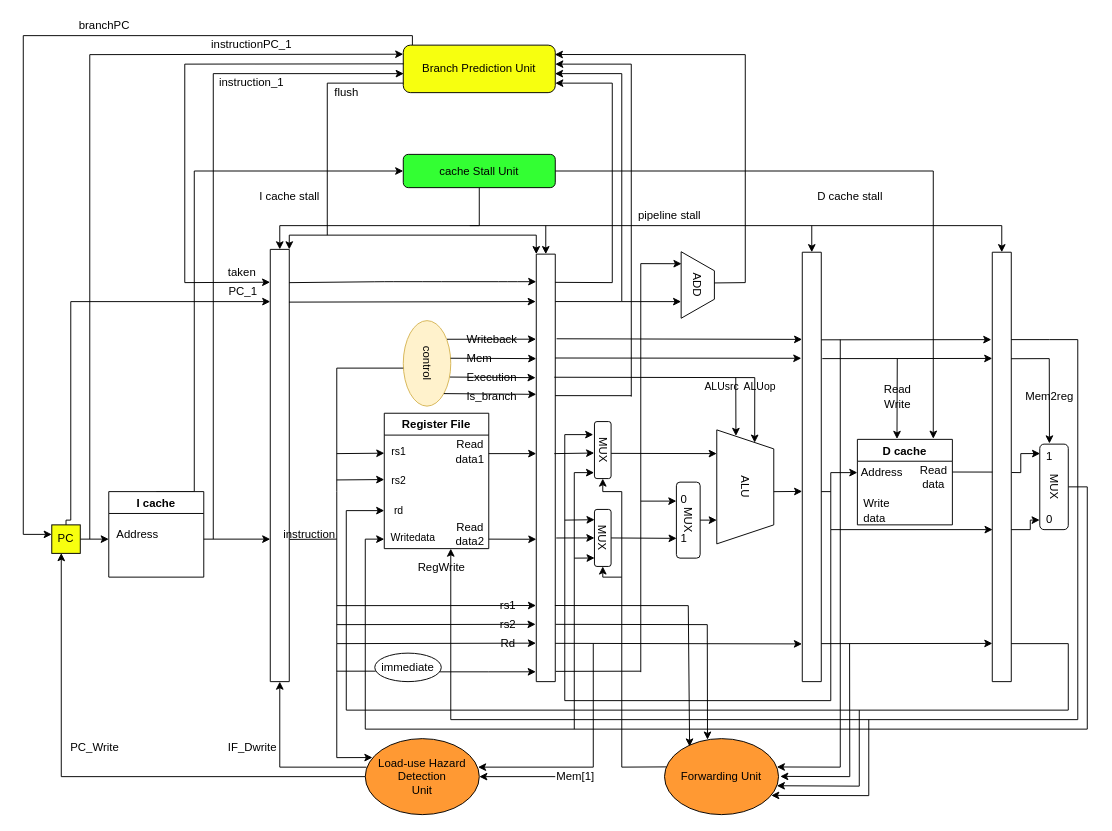
Earlier version of the draw.io diagram page "Page-1" (1 of 2) of Untitled Diagram.drawio (JeterHwang/DSD). Source tidied: cells renumbered, new cells numbered last; positions are measured from the earlier drawing's top-left corner, leaving out a move shared by most shapes. Both pictures are drawn from the tidied source at 95%, with x=0, y=0 at pixel (23, 16).
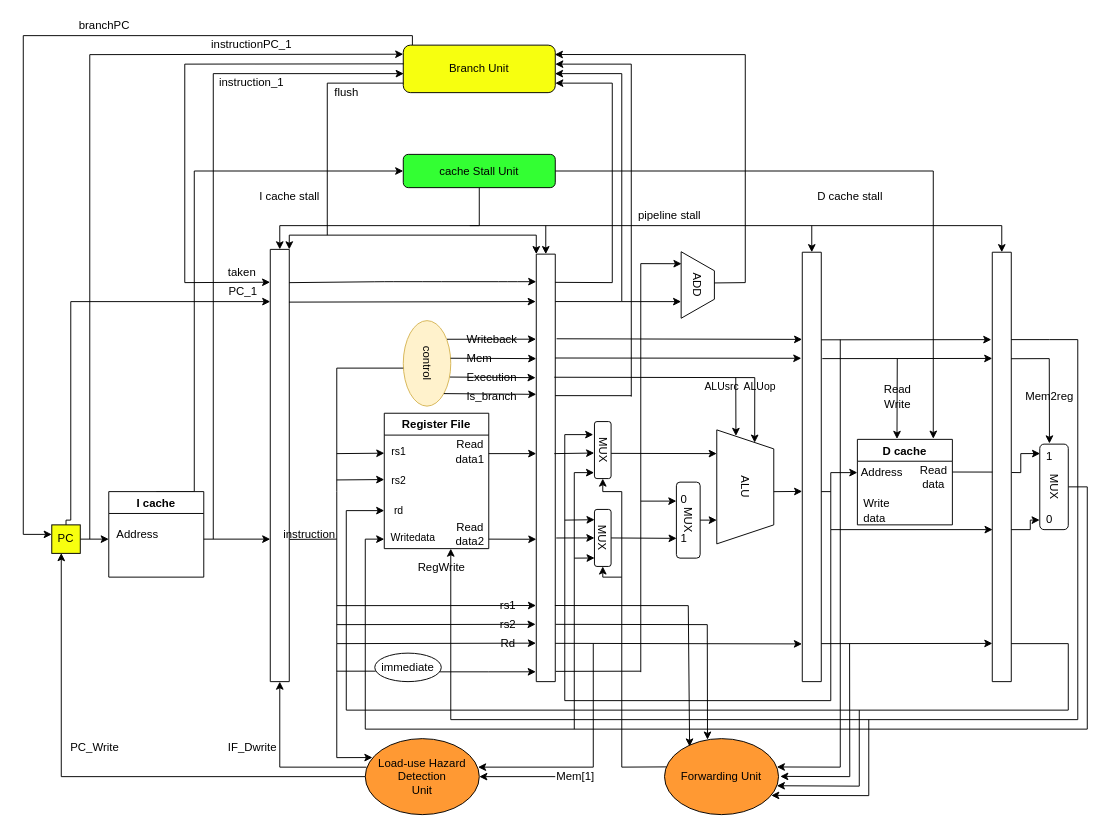
The same page after the edit.

Diff of the diagram source:
```diff
@@
-    <mxCell id="14" value="Branch Prediction Unit" style="rounded=1;whiteSpace=wrap;html=1;glass=0;fillColor=#F7FF0F;" parent="1" vertex="1">
+    <mxCell id="14" value="Branch Unit" style="rounded=1;whiteSpace=wrap;html=1;glass=0;fillColor=#F7FF0F;" parent="1" vertex="1">
       <mxGeometry x="400" y="30" width="160" height="50" as="geometry" />
     </mxCell>
```
